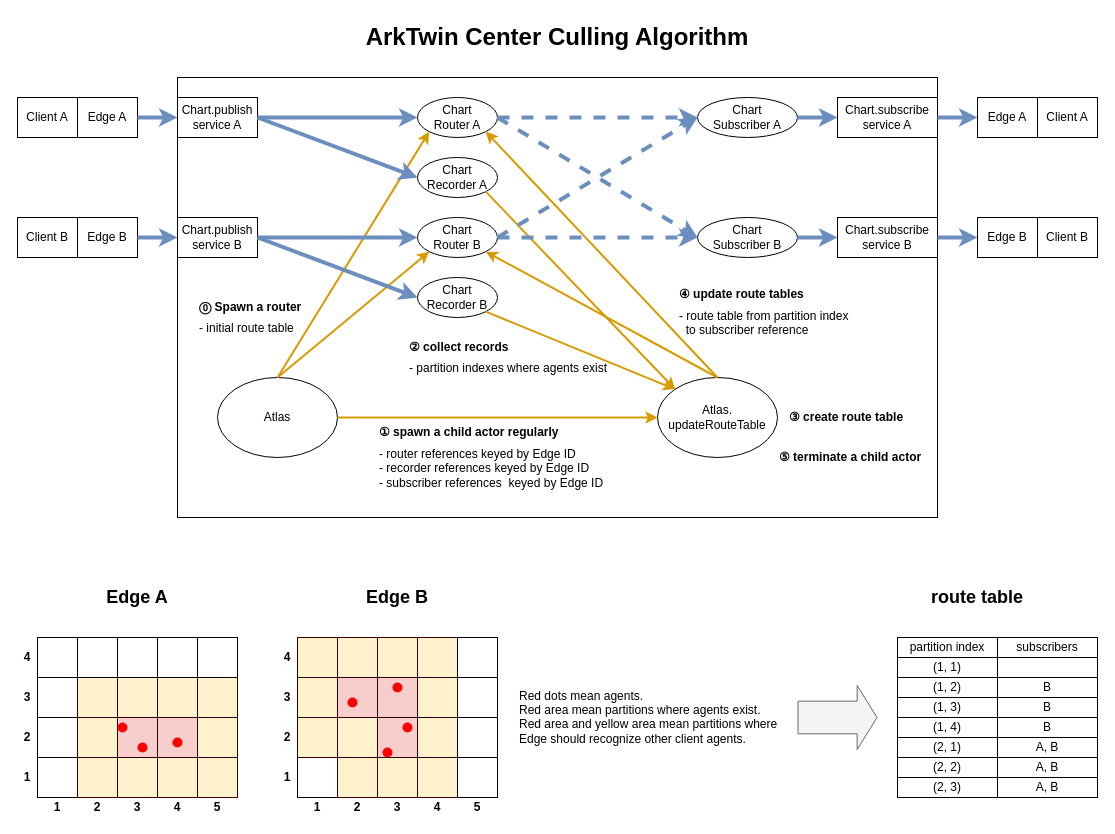
The draw.io diagram docs/center-culling.drawio in arktwin/arktwin, before the edit. Source tidied: cells renumbered, new cells numbered last; positions are measured from the earlier drawing's top-left corner, leaving out a move shared by most shapes. Both pictures are drawn from the tidied source at 100%, with x=0, y=0 at pixel (17, 17).
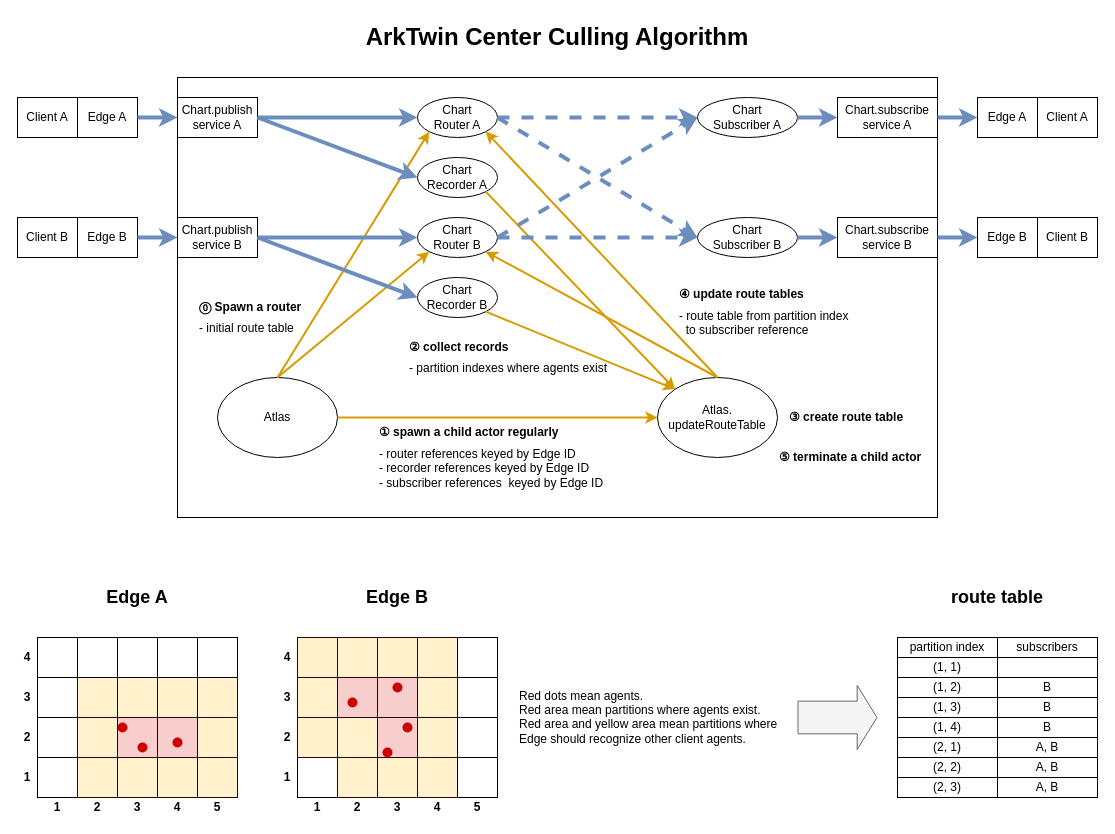
After the change.

Commit message (it also covers changes not shown here):
Fix a Center culling image

Diff of the diagram source:
```diff
@@
     <mxCell id="112" value="&lt;b style=&quot;font-size: 18px;&quot;&gt;&lt;font style=&quot;font-size: 18px;&quot;&gt;route table&lt;/font&gt;&lt;/b&gt;" style="text;html=1;align=center;verticalAlign=middle;whiteSpace=wrap;rounded=0;" parent="1" vertex="1">
-      <mxGeometry x="840" y="560" width="240" height="40" as="geometry" />
+      <mxGeometry x="880" y="560" width="200" height="40" as="geometry" />
     </mxCell>
@@
-    <mxCell id="130" style="ellipse;whiteSpace=wrap;html=1;fillColor=#FF0000;strokeColor=none;" parent="1" vertex="1">
+    <mxCell id="130" style="ellipse;whiteSpace=wrap;html=1;fillColor=#CC0000;strokeColor=none;" parent="1" vertex="1">
       <mxGeometry x="100" y="705" width="10" height="10" as="geometry" />
     </mxCell>
-    <mxCell id="131" style="ellipse;whiteSpace=wrap;html=1;fillColor=#FF0000;strokeColor=none;" parent="1" vertex="1">
+    <mxCell id="131" style="ellipse;whiteSpace=wrap;html=1;fillColor=#CC0000;strokeColor=none;" parent="1" vertex="1">
       <mxGeometry x="120" y="725" width="10" height="10" as="geometry" />
     </mxCell>
-    <mxCell id="132" style="ellipse;whiteSpace=wrap;html=1;fillColor=#FF0000;strokeColor=none;" parent="1" vertex="1">
+    <mxCell id="132" style="ellipse;whiteSpace=wrap;html=1;fillColor=#CC0000;strokeColor=none;" parent="1" vertex="1">
       <mxGeometry x="155" y="720" width="10" height="10" as="geometry" />
     </mxCell>
-    <mxCell id="133" style="ellipse;whiteSpace=wrap;html=1;fillColor=#FF0000;strokeColor=none;" parent="1" vertex="1">
+    <mxCell id="133" style="ellipse;whiteSpace=wrap;html=1;fillColor=#CC0000;strokeColor=none;" parent="1" vertex="1">
       <mxGeometry x="330" y="680" width="10" height="10" as="geometry" />
     </mxCell>
-    <mxCell id="134" style="ellipse;whiteSpace=wrap;html=1;fillColor=#FF0000;strokeColor=none;" parent="1" vertex="1">
+    <mxCell id="134" style="ellipse;whiteSpace=wrap;html=1;fillColor=#CC0000;strokeColor=none;" parent="1" vertex="1">
       <mxGeometry x="375" y="665" width="10" height="10" as="geometry" />
     </mxCell>
-    <mxCell id="135" style="ellipse;whiteSpace=wrap;html=1;fillColor=#FF0000;strokeColor=none;" parent="1" vertex="1">
+    <mxCell id="135" style="ellipse;whiteSpace=wrap;html=1;fillColor=#CC0000;strokeColor=none;" parent="1" vertex="1">
       <mxGeometry x="385" y="705" width="10" height="10" as="geometry" />
     </mxCell>
-    <mxCell id="136" style="ellipse;whiteSpace=wrap;html=1;fillColor=#FF0000;strokeColor=none;" parent="1" vertex="1">
+    <mxCell id="136" style="ellipse;whiteSpace=wrap;html=1;fillColor=#CC0000;strokeColor=none;" parent="1" vertex="1">
       <mxGeometry x="365" y="730" width="10" height="10" as="geometry" />
     </mxCell>
```
